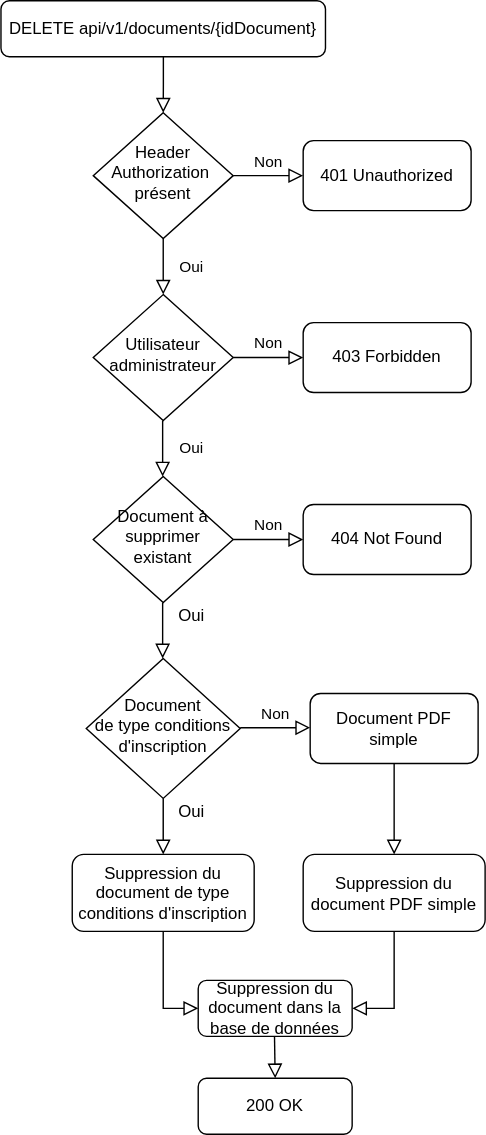
Above: documentation/diagram/drawio/flowchartDeleteOneDocument.svg in jonathanboreljaquet/bj-travail-diplome-2021 (draw.io), before the change. Source tidied: cells renumbered, new cells last; positions are measured from the earlier drawing's top-left corner, leaving out a move shared by most shapes.
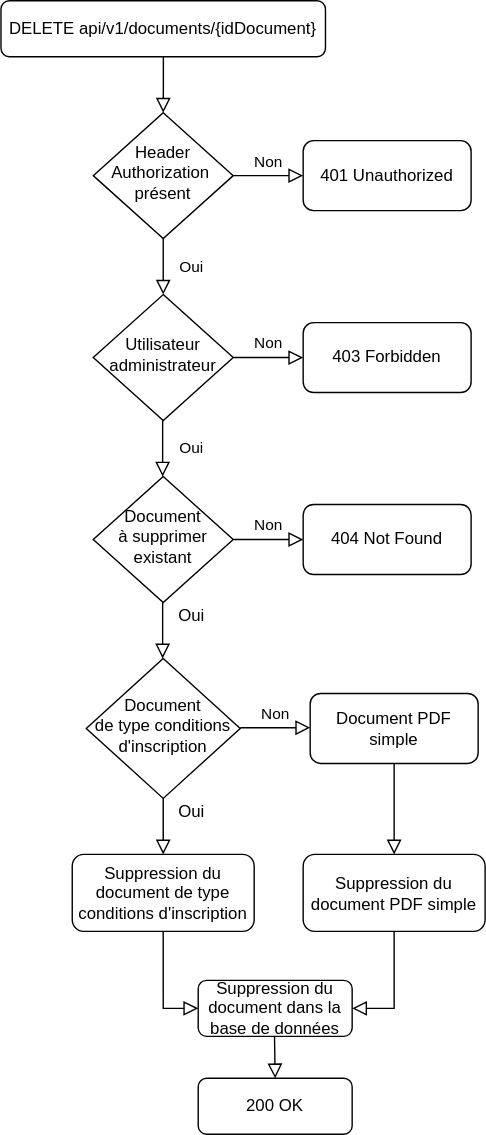
The same file after the commit.

Change to the diagram source:
```diff
@@ -40,7 +40,7 @@
     <mxCell id="12" value="403 Forbidden" style="rounded=1;whiteSpace=wrap;html=1;fontSize=12;glass=0;strokeWidth=1;shadow=0;" parent="1" vertex="1">
       <mxGeometry x="216" y="230" width="120" height="50" as="geometry" />
     </mxCell>
-    <mxCell id="13" value="Document à supprimer&lt;br&gt;existant" style="rhombus;whiteSpace=wrap;html=1;shadow=0;fontFamily=Helvetica;fontSize=12;align=center;strokeWidth=1;spacing=6;spacingTop=-4;" parent="1" vertex="1">
+    <mxCell id="13" value="Document &lt;br&gt;à supprimer&lt;br&gt;existant" style="rhombus;whiteSpace=wrap;html=1;shadow=0;fontFamily=Helvetica;fontSize=12;align=center;strokeWidth=1;spacing=6;spacingTop=-4;" parent="1" vertex="1">
       <mxGeometry x="66" y="340" width="100" height="90" as="geometry" />
     </mxCell>
     <mxCell id="14" value="Non" style="edgeStyle=orthogonalEdgeStyle;rounded=0;html=1;jettySize=auto;fontSize=11;endArrow=block;endFill=0;endSize=8;strokeWidth=1;shadow=0;labelBackgroundColor=none;" parent="1" edge="1" target="15">
```
